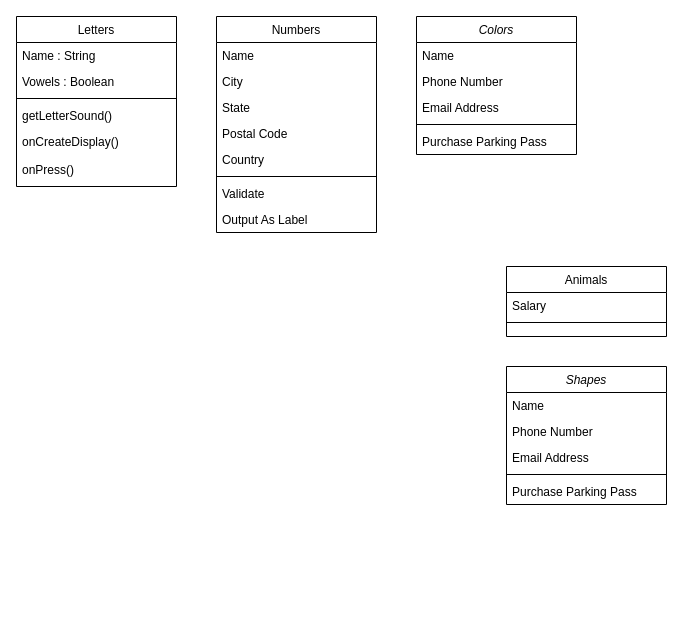
Earlier version of the draw.io diagram UML.drawio (Austin-Earl-Private/ChildrenLearningApp). Source tidied: cells renumbered, new cells numbered last; positions are measured from the earlier drawing's top-left corner, leaving out a move shared by most shapes. Both pictures are drawn from the tidied source at 100%, with x=0, y=0 at pixel (16, 16).
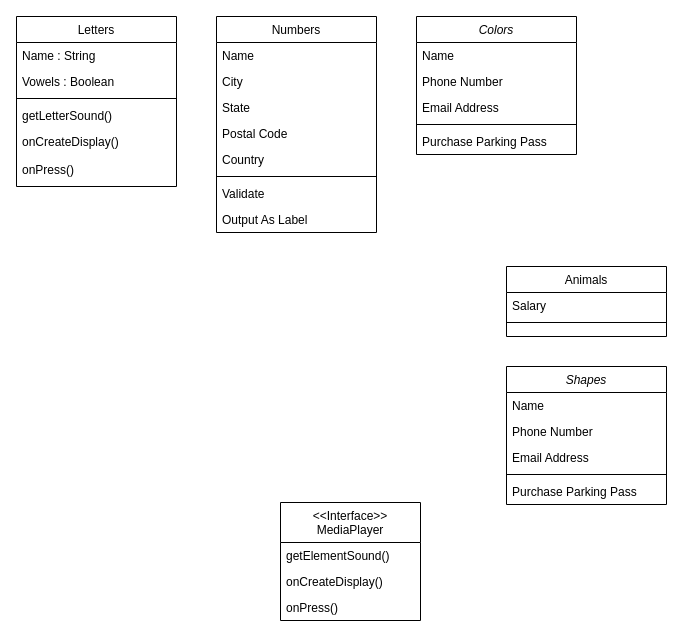
The same diagram, later.

The edit, as a diff of the source:
```diff
@@
+    <mxCell id="33" value="&#10;&lt;&lt;Interface&gt;&gt;&#10;MediaPlayer&#10;" style="swimlane;fontStyle=0;horizontal=1;startSize=40;fillColor=none;" parent="1" vertex="1">
+      <mxGeometry x="264" y="486" width="140" height="118" as="geometry" />
+    </mxCell>
+    <mxCell id="34" value="getElementSound()" style="text;strokeColor=none;fillColor=none;align=left;verticalAlign=top;spacingLeft=4;spacingRight=4;overflow=hidden;" parent="33" vertex="1">
+      <mxGeometry y="40" width="140" height="26" as="geometry" />
+    </mxCell>
+    <mxCell id="35" value="onCreateDisplay()" style="text;strokeColor=none;fillColor=none;align=left;verticalAlign=top;spacingLeft=4;spacingRight=4;overflow=hidden;" parent="33" vertex="1">
+      <mxGeometry y="66" width="140" height="26" as="geometry" />
+    </mxCell>
+    <mxCell id="36" value="onPress()" style="text;strokeColor=none;fillColor=none;align=left;verticalAlign=top;spacingLeft=4;spacingRight=4;overflow=hidden;" parent="33" vertex="1">
+      <mxGeometry y="92" width="140" height="26" as="geometry" />
+    </mxCell>
```
